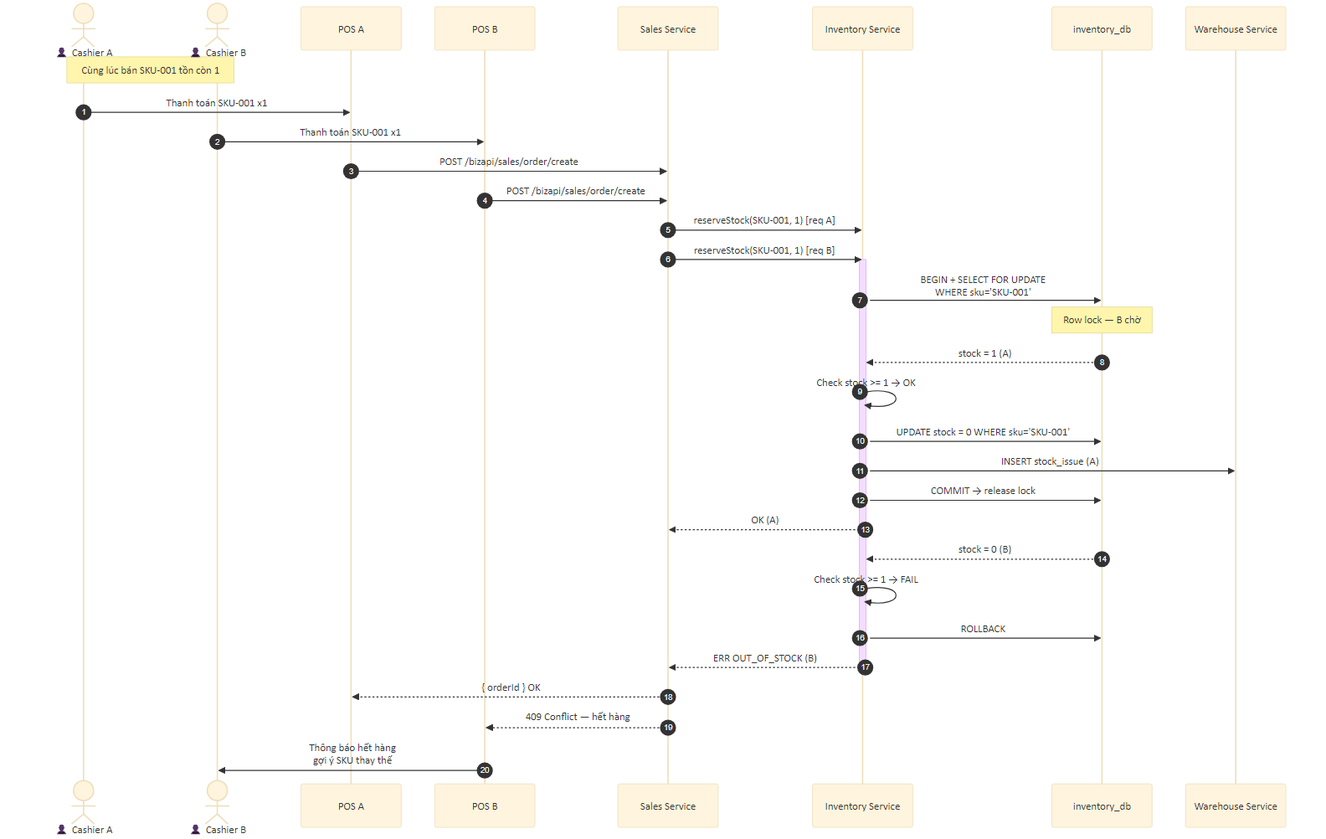
Before: docs/sa/diagrams/12-sequence-stock-update.png, a diagram exported from Mermaid (ducdung872001/cloud-crm). Its source is kept beside it as docs/sa/diagrams/sources/12-sequence-stock-update.mmd.
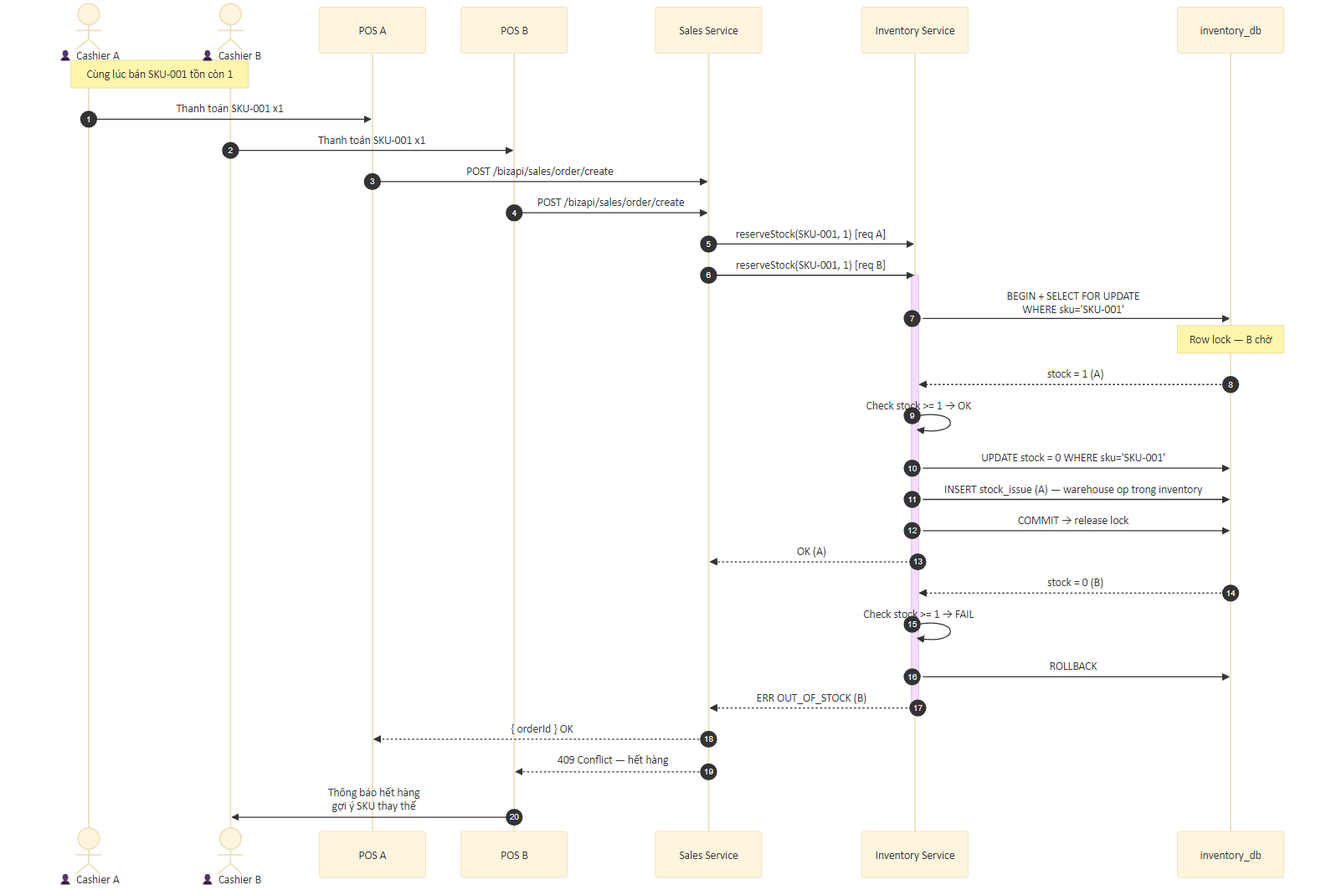
Later version of the same file.

What changed in the source:
```diff
@@ -8,7 +8,6 @@
     participant SS as Sales Service
     participant INV as Inventory Service
     participant DB as inventory_db
-    participant WH as Warehouse Service
 
     Note over C1,C2: Cùng lúc bán SKU-001 tồn còn 1
     C1->>P1: Thanh toán SKU-001 x1
@@ -23,7 +22,7 @@
     DB-->>INV: stock = 1 (A)
     INV->>INV: Check stock >= 1 → OK
     INV->>DB: UPDATE stock = 0 WHERE sku='SKU-001'
-    INV->>WH: INSERT stock_issue (A)
+    INV->>DB: INSERT stock_issue (A) — warehouse op trong inventory
     INV->>DB: COMMIT → release lock
     INV-->>SS: OK (A)
     deactivate INV
```
